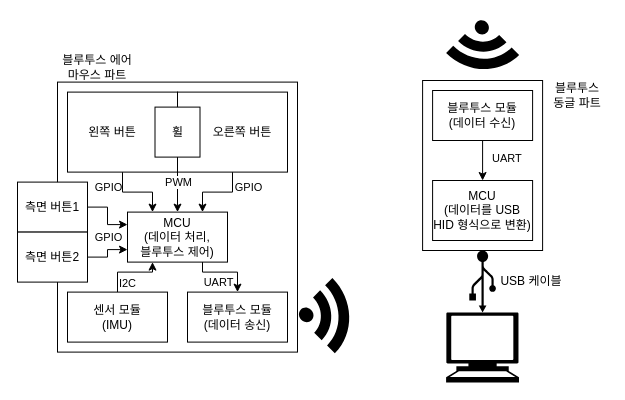
Before: 블루투스 에어 마우스 시스템 블록도.drawio in shoenkh15324/Bluetooth_Air_Mouse, a draw.io diagram. Source tidied: cells renumbered, new cells numbered last; positions are measured from the earlier drawing's top-left corner, leaving out a move shared by most shapes. Both pictures are drawn from the tidied source at 100%, with x=0, y=0 at pixel (17, 27).
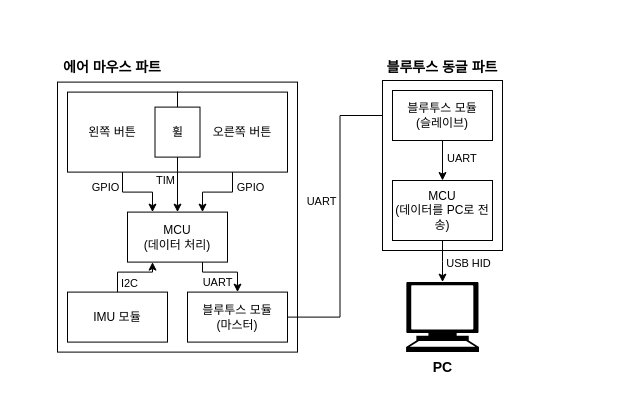
The same page after the edit.

The change refers to these unchanged cells:
```xml
<mxCell id="3" style="edgeStyle=orthogonalEdgeStyle;rounded=0;jettySize=auto;html=1;entryX=0.25;entryY=1;entryDx=0;entryDy=0;" parent="1" edge="1" source="5" target="6">
  <mxGeometry relative="1" as="geometry" />
</mxCell>
<mxCell id="7" style="edgeStyle=orthogonalEdgeStyle;rounded=0;jettySize=auto;html=1;entryX=0.75;entryY=1;entryDx=0;entryDy=0;startArrow=classic;startFill=1;endArrow=none;endFill=0;" parent="1" edge="1" source="9" target="6">
  <mxGeometry relative="1" as="geometry" />
</mxCell>
<mxCell id="13" style="edgeStyle=orthogonalEdgeStyle;rounded=0;jettySize=auto;html=1;entryX=0.5;entryY=1;entryDx=0;entryDy=0;startArrow=classic;startFill=1;endArrow=none;endFill=0;" parent="1" edge="1" source="15" target="16">
  <mxGeometry relative="1" as="geometry" />
</mxCell>
<mxCell id="23" style="edgeStyle=orthogonalEdgeStyle;rounded=0;jettySize=auto;html=1;entryX=0.75;entryY=0;entryDx=0;entryDy=0;" parent="1" edge="1" source="25" target="6">
  <mxGeometry relative="1" as="geometry" />
</mxCell>
<mxCell id="26" style="edgeStyle=orthogonalEdgeStyle;rounded=0;jettySize=auto;html=1;entryX=0.5;entryY=0;entryDx=0;entryDy=0;" parent="1" edge="1" source="28" target="6">
  <mxGeometry relative="1" as="geometry" />
</mxCell>
```

Diff of the diagram source:
```diff
@@
     <mxCell id="4" value="I2C" style="edgeLabel;html=1;align=center;verticalAlign=middle;" parent="3" vertex="1">
       <mxGeometry x="-0.32" y="1" relative="1" as="geometry">
-        <mxPoint x="8" y="12" as="offset" />
+        <mxPoint x="10" y="12" as="offset" />
       </mxGeometry>
     </mxCell>
-    <mxCell id="5" value="센서 모듈&lt;br&gt;(IMU)" style="rounded=0;whiteSpace=wrap;html=1;" parent="1" vertex="1">
+    <mxCell id="5" value="IMU 모듈" style="rounded=0;whiteSpace=wrap;html=1;" parent="1" vertex="1">
       <mxGeometry x="50" y="264.6" width="100" height="50" as="geometry" />
     </mxCell>
-    <mxCell id="6" value="MCU&lt;br&gt;(데이터 처리, &lt;br&gt;블루투스 제어)" style="rounded=0;whiteSpace=wrap;html=1;" parent="1" vertex="1">
+    <mxCell id="6" value="MCU&lt;br&gt;(데이터 처리)" style="rounded=0;whiteSpace=wrap;html=1;" parent="1" vertex="1">
       <mxGeometry x="110" y="184.6" width="100" height="50" as="geometry" />
     </mxCell>
@@
     <mxCell id="8" value="UART" style="edgeLabel;html=1;align=center;verticalAlign=middle;" parent="7" vertex="1">
       <mxGeometry x="-0.08" y="-2" relative="1" as="geometry">
-        <mxPoint x="-10" y="12" as="offset" />
+        <mxPoint x="-11" y="12" as="offset" />
       </mxGeometry>
     </mxCell>
+    <mxCell id="36" style="edgeStyle=orthogonalEdgeStyle;rounded=0;jettySize=auto;html=1;entryX=0;entryY=0.5;entryDx=0;entryDy=0;" parent="1" edge="1" source="9" target="16">
+      <mxGeometry relative="1" as="geometry" />
+    </mxCell>
+    <mxCell id="37" value="UART" style="edgeLabel;html=1;align=center;verticalAlign=middle;" parent="36" vertex="1">
+      <mxGeometry x="0.26" y="-3" relative="1" as="geometry">
+        <mxPoint x="-22" y="24" as="offset" />
+      </mxGeometry>
+    </mxCell>
-    <mxCell id="9" value="블루투스 모듈&lt;br&gt;(데이터 송신)" style="rounded=0;whiteSpace=wrap;html=1;" parent="1" vertex="1">
+    <mxCell id="9" value="블루투스 모듈&lt;br&gt;(마스터)" style="rounded=0;whiteSpace=wrap;html=1;" parent="1" vertex="1">
       <mxGeometry x="170" y="264.6" width="100" height="50" as="geometry" />
     </mxCell>
-    <mxCell id="10" value="블루투스 에어 마우스 파트" style="text;html=1;align=center;verticalAlign=middle;whiteSpace=wrap;rounded=0;" parent="1" vertex="1">
-      <mxGeometry x="40" y="24.6" width="80" height="30" as="geometry" />
+    <mxCell id="10" value="&lt;b&gt;&lt;font style=&quot;font-size: 14px;&quot;&gt;에어 마우스 파트&lt;/font&gt;&lt;/b&gt;" style="text;html=1;align=center;verticalAlign=middle;whiteSpace=wrap;rounded=0;" parent="1" vertex="1">
+      <mxGeometry x="40" y="24.6" width="110" height="30" as="geometry" />
     </mxCell>
-    <mxCell id="11" style="shape=mxgraph.signs.tech.rss;html=1;fillColor=#000000;strokeColor=none;verticalLabelPosition=bottom;verticalAlign=top;align=center;sketch=0;rotation=-45;direction=west;" parent="1" vertex="1">
-      <mxGeometry x="440" y="-0.1" width="50.2" height="53.1" as="geometry" />
-    </mxCell>
     <mxCell id="12" style="rounded=0;whiteSpace=wrap;html=1;" parent="1" vertex="1">
-      <mxGeometry x="405.1" y="53" width="120" height="170" as="geometry" />
+      <mxGeometry x="365" y="53" width="120" height="170" as="geometry" />
     </mxCell>
@@
     <mxCell id="14" value="UART&amp;nbsp;" style="edgeLabel;html=1;align=center;verticalAlign=middle;" parent="13" vertex="1">
       <mxGeometry x="0.2" y="1" relative="1" as="geometry">
-        <mxPoint x="26" y="1" as="offset" />
+        <mxPoint x="21" y="1" as="offset" />
       </mxGeometry>
     </mxCell>
-    <mxCell id="15" value="MCU&lt;br&gt;(데이터를 USB HID 형식으로 변환)" style="rounded=0;whiteSpace=wrap;html=1;" parent="1" vertex="1">
-      <mxGeometry x="415.1" y="153" width="100" height="60" as="geometry" />
+    <mxCell id="15" value="MCU&lt;br&gt;(데이터를 PC로 전송)" style="rounded=0;whiteSpace=wrap;html=1;" parent="1" vertex="1">
+      <mxGeometry x="375" y="153" width="100" height="60" as="geometry" />
     </mxCell>
-    <mxCell id="16" value="블루투스 모듈&lt;br&gt;(데이터 수신)" style="rounded=0;whiteSpace=wrap;html=1;" parent="1" vertex="1">
-      <mxGeometry x="415.1" y="63" width="100" height="50" as="geometry" />
+    <mxCell id="16" value="블루투스 모듈&lt;br&gt;(슬레이브)" style="rounded=0;whiteSpace=wrap;html=1;" parent="1" vertex="1">
+      <mxGeometry x="375" y="63" width="100" height="50" as="geometry" />
     </mxCell>
-    <mxCell id="17" style="shape=mxgraph.signs.tech.usb;html=1;fillColor=#000000;strokeColor=none;verticalLabelPosition=bottom;verticalAlign=top;align=center;sketch=0;rotation=-180;" parent="1" vertex="1">
-      <mxGeometry x="451.8" y="223" width="26.6" height="62" as="geometry" />
-    </mxCell>
-    <mxCell id="18" style="shape=mxgraph.signs.tech.computer;html=1;fillColor=#000000;strokeColor=none;verticalLabelPosition=bottom;verticalAlign=top;align=center;sketch=0;" parent="1" vertex="1">
-      <mxGeometry x="428.6" y="285" width="72.9" height="70" as="geometry" />
+    <mxCell id="18" value="&lt;b&gt;&lt;font style=&quot;font-size: 14px;&quot;&gt;PC&lt;/font&gt;&lt;/b&gt;" style="shape=mxgraph.signs.tech.computer;html=1;fillColor=#000000;strokeColor=none;verticalLabelPosition=bottom;verticalAlign=top;align=center;sketch=0;" parent="1" vertex="1">
+      <mxGeometry x="388.6" y="254.6" width="72.9" height="70" as="geometry" />
     </mxCell>
-    <mxCell id="19" value="USB 케이블" style="text;html=1;align=center;verticalAlign=middle;whiteSpace=wrap;rounded=0;" parent="1" vertex="1">
-      <mxGeometry x="478.4" y="239" width="71.6" height="30" as="geometry" />
-    </mxCell>
-    <mxCell id="20" value="블루투스 동글 파트" style="text;html=1;align=center;verticalAlign=middle;whiteSpace=wrap;rounded=0;" parent="1" vertex="1">
-      <mxGeometry x="530" y="53" width="60" height="30" as="geometry" />
+    <mxCell id="20" value="&lt;b&gt;&lt;font style=&quot;font-size: 14px;&quot;&gt;블루투스 동글 파트&lt;/font&gt;&lt;/b&gt;" style="text;html=1;align=center;verticalAlign=middle;whiteSpace=wrap;rounded=0;" parent="1" vertex="1">
+      <mxGeometry x="360" y="24.6" width="130" height="30" as="geometry" />
     </mxCell>
@@
     <mxCell id="24" value="GPIO" style="edgeLabel;html=1;align=center;verticalAlign=middle;" parent="23" vertex="1">
       <mxGeometry x="-0.14" y="-2" relative="1" as="geometry">
-        <mxPoint x="25" y="-3" as="offset" />
+        <mxPoint x="27" y="-3" as="offset" />
       </mxGeometry>
     </mxCell>
@@
-    <mxCell id="27" value="PWM" style="edgeLabel;html=1;align=center;verticalAlign=middle;" parent="26" vertex="1">
-      <mxGeometry x="-0.08" relative="1" as="geometry" />
+    <mxCell id="27" value="TIM" style="edgeLabel;html=1;align=center;verticalAlign=middle;" parent="26" vertex="1">
+      <mxGeometry x="-0.08" relative="1" as="geometry">
+        <mxPoint x="-13" y="-2" as="offset" />
+      </mxGeometry>
     </mxCell>
@@
-    <mxCell id="29" style="edgeStyle=orthogonalEdgeStyle;rounded=0;jettySize=auto;html=1;entryX=0;entryY=0.25;entryDx=0;entryDy=0;" parent="1" edge="1" source="30" target="6">
-      <mxGeometry relative="1" as="geometry" />
-    </mxCell>
-    <mxCell id="30" value="측면 버튼1" style="rounded=0;whiteSpace=wrap;html=1;" parent="1" vertex="1">
-      <mxGeometry y="154.6" width="70" height="50" as="geometry" />
-    </mxCell>
-    <mxCell id="31" style="edgeStyle=orthogonalEdgeStyle;rounded=0;jettySize=auto;html=1;entryX=0;entryY=0.75;entryDx=0;entryDy=0;" parent="1" edge="1" source="32" target="6">
-      <mxGeometry relative="1" as="geometry" />
-    </mxCell>
-    <mxCell id="32" value="측면 버튼2" style="rounded=0;whiteSpace=wrap;html=1;" parent="1" vertex="1">
-      <mxGeometry y="204.6" width="70" height="50" as="geometry" />
-    </mxCell>
     <mxCell id="33" value="GPIO" style="edgeLabel;html=1;align=center;verticalAlign=middle;" parent="1" vertex="1">
-      <mxGeometry x="90" y="159.6" as="geometry" />
+      <mxGeometry x="87" y="159.6" as="geometry" />
     </mxCell>
-    <mxCell id="34" value="GPIO" style="edgeLabel;html=1;align=center;verticalAlign=middle;" parent="1" vertex="1">
-      <mxGeometry x="90" y="209.6" as="geometry" />
-    </mxCell>
-    <mxCell id="35" style="shape=mxgraph.signs.tech.rss;html=1;fillColor=#000000;strokeColor=none;verticalLabelPosition=bottom;verticalAlign=top;align=center;sketch=0;rotation=45;" parent="1" vertex="1">
-      <mxGeometry x="288.6" y="262.4" width="55" height="51.6" as="geometry" />
-    </mxCell>
+    <mxCell id="38" style="edgeStyle=orthogonalEdgeStyle;rounded=0;jettySize=auto;html=1;entryX=0.5;entryY=0;entryDx=0;entryDy=0;entryPerimeter=0;" parent="1" edge="1" source="15" target="18">
+      <mxGeometry relative="1" as="geometry" />
+    </mxCell>
+    <mxCell id="39" value="USB HID" style="edgeLabel;html=1;align=center;verticalAlign=middle;" parent="38" vertex="1">
+      <mxGeometry x="-0.08" y="-2" relative="1" as="geometry">
+        <mxPoint x="27" y="3" as="offset" />
+      </mxGeometry>
+    </mxCell>
```
